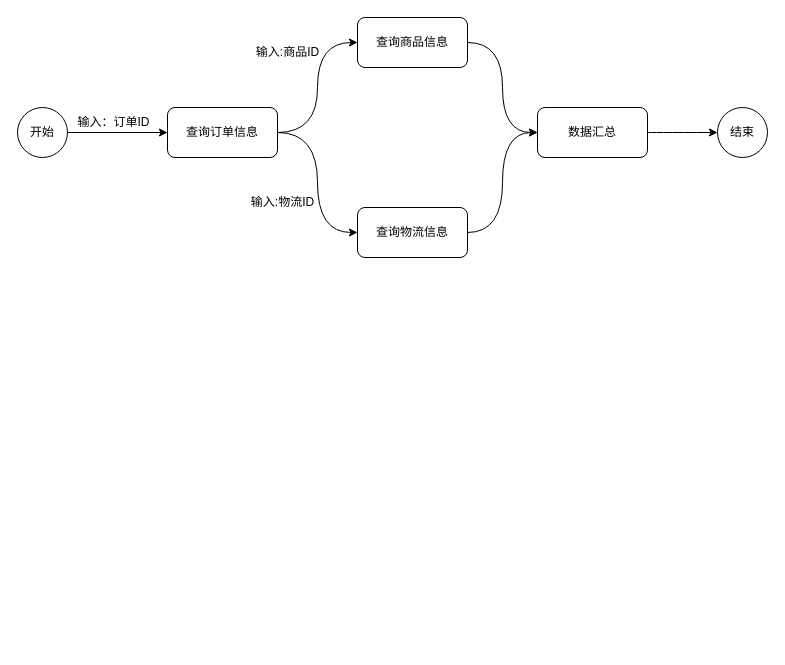
Before: fastflow.drawio in rogers-li/MyDoc, a draw.io diagram. Source tidied: cells renumbered, new cells numbered last; positions are measured from the earlier drawing's top-left corner, leaving out a move shared by most shapes. Both pictures are drawn from the tidied source at 100%, with x=0, y=0 at pixel (17, 17).
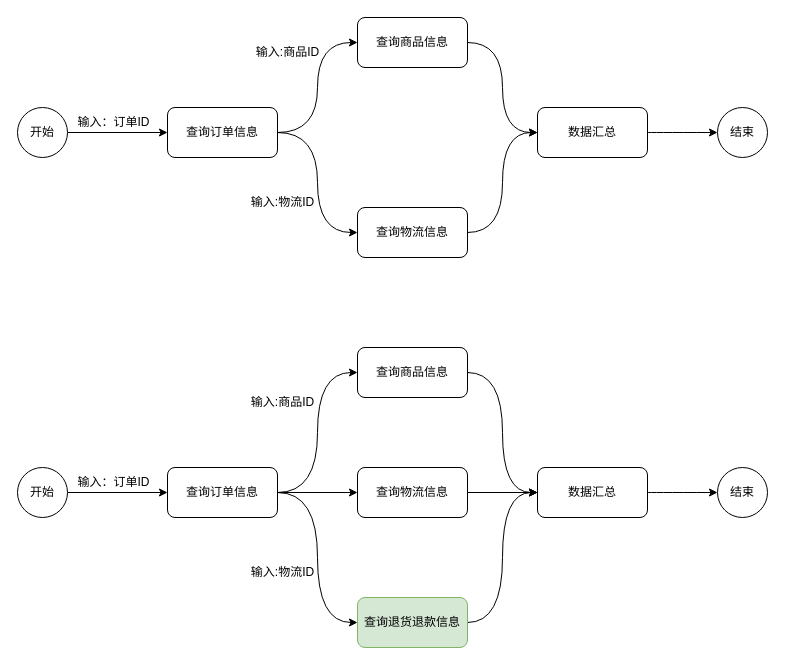
The same diagram, later.

The edit, as a diff of the source:
```diff
@@
+    <mxCell id="17" style="edgeStyle=orthogonalEdgeStyle;rounded=0;jettySize=auto;html=1;entryX=0;entryY=0.5;entryDx=0;entryDy=0;curved=1;" parent="1" edge="1" source="20" target="25">
+      <mxGeometry relative="1" as="geometry" />
+    </mxCell>
+    <mxCell id="18" style="edgeStyle=orthogonalEdgeStyle;rounded=0;jettySize=auto;html=1;entryX=0;entryY=0.5;entryDx=0;entryDy=0;curved=1;" parent="1" edge="1" source="20" target="27">
+      <mxGeometry relative="1" as="geometry" />
+    </mxCell>
+    <mxCell id="19" style="edgeStyle=orthogonalEdgeStyle;rounded=0;jettySize=auto;html=1;entryX=0;entryY=0.5;entryDx=0;entryDy=0;" parent="1" edge="1" source="20" target="34">
+      <mxGeometry relative="1" as="geometry" />
+    </mxCell>
+    <mxCell id="20" value="查询订单信息" style="rounded=1;whiteSpace=wrap;html=1;" parent="1" vertex="1">
+      <mxGeometry x="150" y="450" width="110" height="50" as="geometry" />
+    </mxCell>
+    <mxCell id="21" style="edgeStyle=orthogonalEdgeStyle;rounded=0;jettySize=auto;html=1;" parent="1" edge="1" source="22" target="20">
+      <mxGeometry relative="1" as="geometry" />
+    </mxCell>
+    <mxCell id="22" value="开始" style="ellipse;whiteSpace=wrap;html=1;" parent="1" vertex="1">
+      <mxGeometry y="450" width="50" height="50" as="geometry" />
+    </mxCell>
+    <mxCell id="23" value="输入：订单ID" style="text;html=1;align=center;verticalAlign=middle;strokeColor=none;fillColor=none;" parent="1" vertex="1">
+      <mxGeometry x="46" y="450" width="100" height="30" as="geometry" />
+    </mxCell>
+    <mxCell id="24" style="edgeStyle=orthogonalEdgeStyle;rounded=0;jettySize=auto;html=1;entryX=0;entryY=0.5;entryDx=0;entryDy=0;elbow=vertical;curved=1;" parent="1" edge="1" source="25" target="31">
+      <mxGeometry relative="1" as="geometry" />
+    </mxCell>
+    <mxCell id="25" value="查询商品信息" style="rounded=1;whiteSpace=wrap;html=1;" parent="1" vertex="1">
+      <mxGeometry x="340" y="330" width="110" height="50" as="geometry" />
+    </mxCell>
+    <mxCell id="26" style="edgeStyle=orthogonalEdgeStyle;rounded=0;jettySize=auto;html=1;entryX=0;entryY=0.5;entryDx=0;entryDy=0;curved=1;" parent="1" edge="1" source="27" target="31">
+      <mxGeometry relative="1" as="geometry" />
+    </mxCell>
+    <mxCell id="27" value="查询退货退款信息" style="rounded=1;whiteSpace=wrap;html=1;fillColor=#d5e8d4;strokeColor=#82b366;" parent="1" vertex="1">
+      <mxGeometry x="340" y="580" width="110" height="50" as="geometry" />
+    </mxCell>
+    <mxCell id="28" value="输入:商品ID" style="text;html=1;align=center;verticalAlign=middle;strokeColor=none;fillColor=none;" parent="1" vertex="1">
+      <mxGeometry x="220" y="370" width="90" height="30" as="geometry" />
+    </mxCell>
+    <mxCell id="29" value="输入:物流ID" style="text;html=1;align=center;verticalAlign=middle;strokeColor=none;fillColor=none;" parent="1" vertex="1">
+      <mxGeometry x="220" y="540" width="90" height="30" as="geometry" />
+    </mxCell>
+    <mxCell id="30" style="edgeStyle=orthogonalEdgeStyle;rounded=0;jettySize=auto;html=1;curved=1;" parent="1" edge="1" source="31" target="32">
+      <mxGeometry relative="1" as="geometry" />
+    </mxCell>
+    <mxCell id="31" value="数据汇总" style="rounded=1;whiteSpace=wrap;html=1;" parent="1" vertex="1">
+      <mxGeometry x="520" y="450" width="110" height="50" as="geometry" />
+    </mxCell>
+    <mxCell id="32" value="结束" style="ellipse;whiteSpace=wrap;html=1;" parent="1" vertex="1">
+      <mxGeometry x="700" y="450" width="50" height="50" as="geometry" />
+    </mxCell>
+    <mxCell id="33" style="edgeStyle=orthogonalEdgeStyle;rounded=0;jettySize=auto;html=1;entryX=0;entryY=0.5;entryDx=0;entryDy=0;" parent="1" edge="1" source="34" target="31">
+      <mxGeometry relative="1" as="geometry" />
+    </mxCell>
+    <mxCell id="34" value="查询物流信息" style="rounded=1;whiteSpace=wrap;html=1;" parent="1" vertex="1">
+      <mxGeometry x="340" y="450" width="110" height="50" as="geometry" />
+    </mxCell>
```
